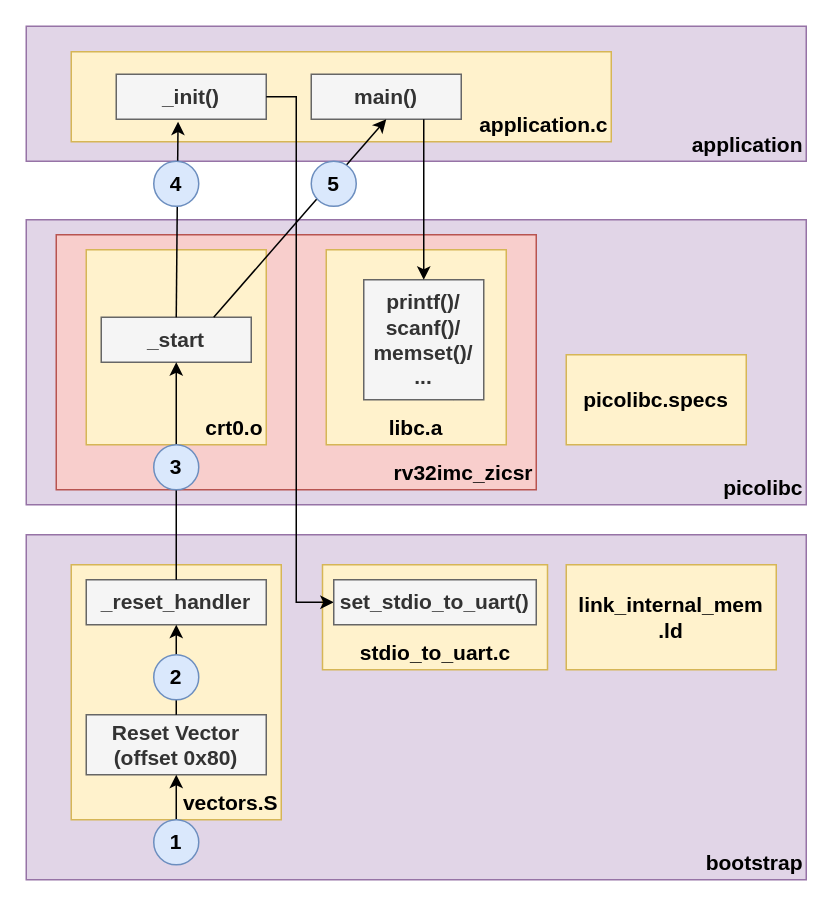
epsilon537/boxlambda keeps this draw.io diagram as docs/assets/picolibc_boot.drawio. Above is the earlier version. Source tidied: cells renumbered, new cells numbered last; positions are measured from the earlier drawing's top-left corner, leaving out a move shared by most shapes. Both pictures are drawn from the tidied source at 150%, with x=0, y=0 at pixel (26, 26).
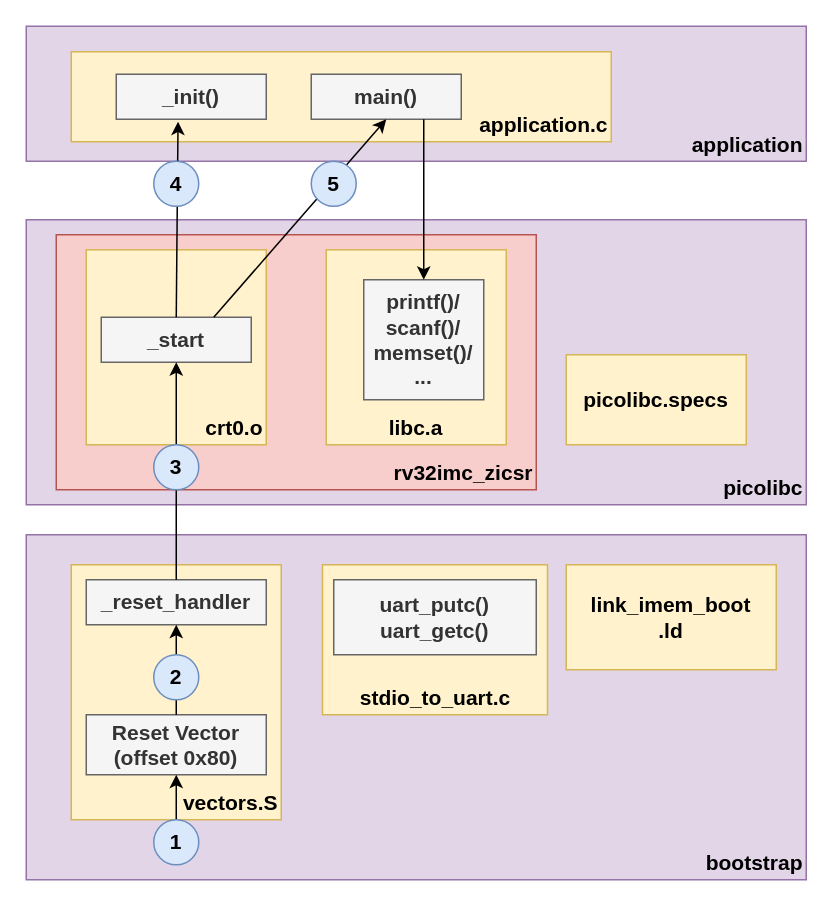
Above is the later version.

The change refers to these unchanged cells:
```xml
<mxCell id="14" value="_init()" style="rounded=0;whiteSpace=wrap;html=1;fillColor=#f5f5f5;strokeColor=#666666;fontColor=#333333;fontStyle=1;fontSize=14;" parent="1" vertex="1">
  <mxGeometry x="60" y="32" width="100" height="30" as="geometry" />
</mxCell>
```

The edit, as a diff of the source:
```diff
@@
-    <mxCell id="6" value="link_internal_mem&lt;br&gt;.ld" style="rounded=0;whiteSpace=wrap;html=1;verticalAlign=middle;fillColor=#fff2cc;strokeColor=#d6b656;fontStyle=1;fontSize=14;" parent="1" vertex="1">
+    <mxCell id="6" value="link_imem_boot&lt;br&gt;.ld" style="rounded=0;whiteSpace=wrap;html=1;verticalAlign=middle;fillColor=#fff2cc;strokeColor=#d6b656;fontStyle=1;fontSize=14;" parent="1" vertex="1">
       <mxGeometry x="360" y="359" width="140" height="70" as="geometry" />
     </mxCell>
     <mxCell id="7" value="stdio_to_uart.c" style="rounded=0;whiteSpace=wrap;html=1;verticalAlign=bottom;fillColor=#fff2cc;strokeColor=#d6b656;fontStyle=1;fontSize=14;" parent="1" vertex="1">
-      <mxGeometry x="197.5" y="359" width="150" height="70" as="geometry" />
+      <mxGeometry x="197.5" y="359" width="150" height="100" as="geometry" />
     </mxCell>
@@
-    <mxCell id="28" style="endArrow=classic;html=1;rounded=0;exitX=1;exitY=0.5;exitDx=0;exitDy=0;fontStyle=1;fontSize=14;entryX=0;entryY=0.5;entryDx=0;entryDy=0;" parent="1" edge="1" source="14" target="29">
-      <mxGeometry relative="1" as="geometry">
-        <Array as="points">
-          <mxPoint x="180" y="47" />
-          <mxPoint x="180" y="384" />
-        </Array>
-      </mxGeometry>
-    </mxCell>
-    <mxCell id="29" value="set_stdio_to_uart()" style="rounded=0;whiteSpace=wrap;html=1;fillColor=#f5f5f5;strokeColor=#666666;fontStyle=1;fontSize=14;fontColor=#333333;" parent="1" vertex="1">
-      <mxGeometry x="205" y="369" width="135" height="30" as="geometry" />
+    <mxCell id="29" value="uart_putc()&lt;div&gt;uart_getc()&lt;/div&gt;" style="rounded=0;whiteSpace=wrap;html=1;fillColor=#f5f5f5;strokeColor=#666666;fontStyle=1;fontSize=14;fontColor=#333333;" parent="1" vertex="1">
+      <mxGeometry x="205" y="369" width="135" height="50" as="geometry" />
     </mxCell>
```
